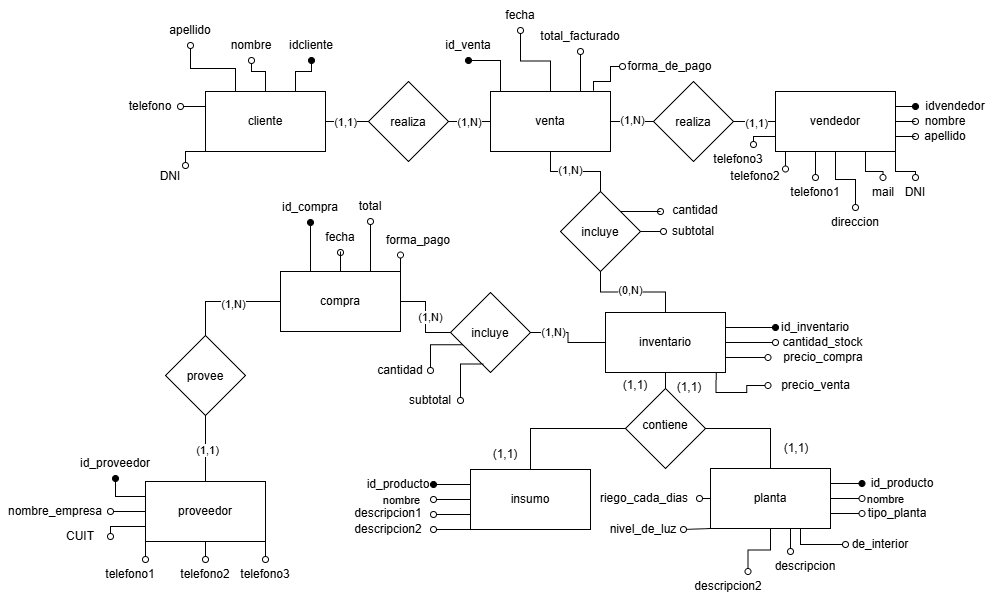
The draw.io diagram Diagramas/DER_Vivero.png in Laura-Morea/Vivero-TP, before a commit. Source tidied: cells renumbered, new cells last; positions are measured from the earlier drawing's top-left corner, leaving out a move shared by most shapes.
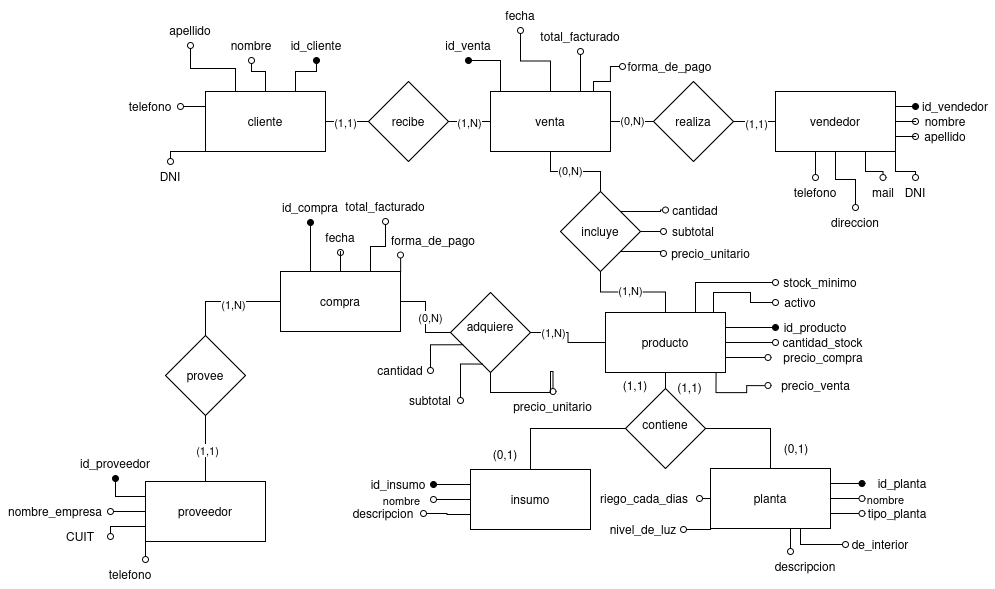
After the change.

Commit message:
Unificar informe, diagramas y scripts en un mismo modelo

Diff of the diagram source:
```diff
@@ -39,8 +39,2 @@
     </mxCell>
-    <mxCell id="13" style="edgeStyle=orthogonalEdgeStyle;rounded=0;jettySize=auto;html=1;exitX=0.5;exitY=1;exitDx=0;exitDy=0;entryX=0.5;entryY=0;entryDx=0;entryDy=0;defaultLabelBackgroundColor=page;endArrow=oval;endFill=0;" parent="1" edge="1" source="15" target="138">
-      <mxGeometry relative="1" as="geometry" />
-    </mxCell>
-    <mxCell id="14" style="edgeStyle=orthogonalEdgeStyle;rounded=0;jettySize=auto;html=1;exitX=0.75;exitY=1;exitDx=0;exitDy=0;entryX=0.5;entryY=0;entryDx=0;entryDy=0;defaultLabelBackgroundColor=page;endArrow=oval;endFill=0;" parent="1" edge="1" source="15" target="139">
-      <mxGeometry relative="1" as="geometry" />
-    </mxCell>
     <mxCell id="15" value="proveedor" style="rounded=0;whiteSpace=wrap;html=1;" parent="1" vertex="1">
@@ -60,3 +54,3 @@
     </mxCell>
-    <mxCell id="20" value="inventario" style="rounded=0;whiteSpace=wrap;html=1;" parent="1" vertex="1">
+    <mxCell id="20" value="producto" style="rounded=0;whiteSpace=wrap;html=1;" parent="1" vertex="1">
       <mxGeometry x="605" y="312" width="120" height="60" as="geometry" />
@@ -103,3 +97,3 @@
     </mxCell>
-    <mxCell id="29" value="(1,N)" style="edgeLabel;html=1;align=center;verticalAlign=middle;" parent="28" vertex="1">
+    <mxCell id="29" value="(0,N)" style="edgeLabel;html=1;align=center;verticalAlign=middle;" parent="28" vertex="1">
       <mxGeometry x="0.01" y="-2" relative="1" as="geometry" />
@@ -132,8 +126,2 @@
     </mxCell>
-    <mxCell id="37" style="edgeStyle=orthogonalEdgeStyle;rounded=0;jettySize=auto;html=1;exitX=0.25;exitY=1;exitDx=0;exitDy=0;entryX=1;entryY=0.25;entryDx=0;entryDy=0;defaultLabelBackgroundColor=page;endArrow=oval;endFill=0;" parent="1" edge="1" source="39" target="136">
-      <mxGeometry relative="1" as="geometry" />
-    </mxCell>
-    <mxCell id="38" style="edgeStyle=orthogonalEdgeStyle;rounded=0;jettySize=auto;html=1;exitX=0;exitY=0.75;exitDx=0;exitDy=0;entryX=0.75;entryY=0;entryDx=0;entryDy=0;defaultLabelBackgroundColor=page;endArrow=oval;endFill=0;" parent="1" edge="1" source="39" target="137">
-      <mxGeometry relative="1" as="geometry" />
-    </mxCell>
     <mxCell id="39" value="vendedor" style="rounded=0;whiteSpace=wrap;html=1;" parent="1" vertex="1">
@@ -158,5 +146,2 @@
     </mxCell>
-    <mxCell id="45" style="edgeStyle=orthogonalEdgeStyle;rounded=0;jettySize=auto;html=1;exitX=0;exitY=1;exitDx=0;exitDy=0;entryX=1;entryY=0.5;entryDx=0;entryDy=0;defaultLabelBackgroundColor=page;endArrow=oval;endFill=0;" parent="1" edge="1" source="46" target="132">
-      <mxGeometry relative="1" as="geometry" />
-    </mxCell>
     <mxCell id="46" value="insumo" style="rounded=0;whiteSpace=wrap;html=1;" parent="1" vertex="1">
@@ -191,5 +176,2 @@
     </mxCell>
-    <mxCell id="54" style="edgeStyle=orthogonalEdgeStyle;rounded=0;jettySize=auto;html=1;exitX=0.5;exitY=1;exitDx=0;exitDy=0;entryX=0.75;entryY=0;entryDx=0;entryDy=0;defaultLabelBackgroundColor=page;endArrow=oval;endFill=0;" parent="1" edge="1" source="57" target="133">
-      <mxGeometry relative="1" as="geometry" />
-    </mxCell>
     <mxCell id="55" style="edgeStyle=orthogonalEdgeStyle;rounded=0;jettySize=auto;html=1;exitX=0;exitY=1;exitDx=0;exitDy=0;entryX=1;entryY=0.5;entryDx=0;entryDy=0;defaultLabelBackgroundColor=page;endArrow=oval;endFill=0;" parent="1" edge="1" source="57" target="134">
@@ -207,6 +189,6 @@
     </mxCell>
-    <mxCell id="58" value="telefono1" style="text;html=1;whiteSpace=wrap;strokeColor=none;fillColor=none;align=center;verticalAlign=middle;rounded=0;rotation=0;" parent="1" vertex="1">
+    <mxCell id="58" value="telefono" style="text;html=1;whiteSpace=wrap;strokeColor=none;fillColor=none;align=center;verticalAlign=middle;rounded=0;rotation=0;" parent="1" vertex="1">
       <mxGeometry x="785" y="177" width="60" height="30" as="geometry" />
     </mxCell>
-    <mxCell id="59" value="idvendedor" style="text;html=1;whiteSpace=wrap;strokeColor=none;fillColor=none;align=center;verticalAlign=middle;rounded=0;" parent="1" vertex="1">
+    <mxCell id="59" value="id_vendedor" style="text;html=1;whiteSpace=wrap;strokeColor=none;fillColor=none;align=center;verticalAlign=middle;rounded=0;" parent="1" vertex="1">
       <mxGeometry x="915" y="91" width="80" height="30" as="geometry" />
@@ -225,4 +207,4 @@
     </mxCell>
-    <mxCell id="64" value="idcliente" style="text;html=1;whiteSpace=wrap;strokeColor=none;fillColor=none;align=center;verticalAlign=middle;rounded=0;rotation=0;" parent="1" vertex="1">
-      <mxGeometry x="281" y="30" width="60" height="30" as="geometry" />
+    <mxCell id="64" value="id_cliente" style="text;html=1;whiteSpace=wrap;strokeColor=none;fillColor=none;align=center;verticalAlign=middle;rounded=0;rotation=0;" parent="1" vertex="1">
+      <mxGeometry x="281" y="30" width="70" height="30" as="geometry" />
     </mxCell>
@@ -249,3 +231,3 @@
     </mxCell>
-    <mxCell id="72" value="(1,N)" style="edgeLabel;html=1;align=center;verticalAlign=middle;" parent="71" vertex="1">
+    <mxCell id="72" value="(0,N)" style="edgeLabel;html=1;align=center;verticalAlign=middle;" parent="71" vertex="1">
       <mxGeometry y="4" relative="1" as="geometry" />
@@ -277,3 +259,3 @@
     </mxCell>
-    <mxCell id="80" value="incluye" style="rhombus;whiteSpace=wrap;html=1;shapeInside=1;" parent="1" vertex="1">
+    <mxCell id="80" value="adquiere" style="rhombus;whiteSpace=wrap;html=1;shapeInside=1;" parent="1" vertex="1">
       <mxGeometry x="450" y="292" width="80" height="80" as="geometry" />
@@ -286,9 +268,7 @@
     </mxCell>
-    <mxCell id="83" value="id_inventario" style="text;html=1;whiteSpace=wrap;strokeColor=none;fillColor=none;align=center;verticalAlign=middle;rounded=0;" parent="1" vertex="1">
+    <mxCell id="83" value="id_producto" style="text;html=1;whiteSpace=wrap;strokeColor=none;fillColor=none;align=center;verticalAlign=middle;rounded=0;" parent="1" vertex="1">
       <mxGeometry x="775" y="312" width="80" height="30" as="geometry" />
     </mxCell>
-    <mxCell id="84" style="edgeStyle=orthogonalEdgeStyle;rounded=0;jettySize=auto;html=1;exitX=1;exitY=0;exitDx=0;exitDy=0;endArrow=oval;endFill=0;" parent="1" edge="1" source="88">
-      <mxGeometry relative="1" as="geometry">
-        <mxPoint x="660" y="211" as="targetPoint" />
-      </mxGeometry>
+    <mxCell id="84" style="edgeStyle=orthogonalEdgeStyle;rounded=0;jettySize=auto;html=1;exitX=1;exitY=0;exitDx=0;exitDy=0;endArrow=oval;endFill=0;" parent="1" edge="1" source="88" target="94">
+      <mxGeometry relative="1" as="geometry" />
     </mxCell>
@@ -300,3 +280,3 @@
     </mxCell>
-    <mxCell id="87" value="(0,N)" style="edgeLabel;html=1;align=center;verticalAlign=middle;inheritText=1;defaultLabelBackgroundColor=page;" parent="86" vertex="1">
+    <mxCell id="87" value="(1,N)" style="edgeLabel;html=1;align=center;verticalAlign=middle;inheritText=1;defaultLabelBackgroundColor=page;" parent="86" vertex="1">
       <mxGeometry x="-0.06" y="2" relative="1" as="geometry" />
@@ -315,6 +295,6 @@
     </mxCell>
-    <mxCell id="92" value="id_producto" style="text;html=1;whiteSpace=wrap;strokeColor=none;fillColor=none;align=center;verticalAlign=middle;rounded=0;" parent="1" vertex="1">
+    <mxCell id="92" value="id_insumo" style="text;html=1;whiteSpace=wrap;strokeColor=none;fillColor=none;align=center;verticalAlign=middle;rounded=0;" parent="1" vertex="1">
       <mxGeometry x="363" y="469" width="70" height="30" as="geometry" />
     </mxCell>
-    <mxCell id="93" value="id_producto" style="text;html=1;whiteSpace=wrap;strokeColor=none;fillColor=none;align=center;verticalAlign=middle;rounded=0;" parent="1" vertex="1">
+    <mxCell id="93" value="id_planta" style="text;html=1;whiteSpace=wrap;strokeColor=none;fillColor=none;align=center;verticalAlign=middle;rounded=0;" parent="1" vertex="1">
       <mxGeometry x="861.5" y="468" width="80" height="30" as="geometry" />
@@ -327,3 +307,3 @@
     </mxCell>
-    <mxCell id="96" value="(1,N)" style="edgeLabel;html=1;align=center;verticalAlign=middle;" parent="95" vertex="1">
+    <mxCell id="96" value="(0,N)" style="edgeLabel;html=1;align=center;verticalAlign=middle;" parent="95" vertex="1">
       <mxGeometry x="0.14" y="-2" relative="1" as="geometry" />
@@ -339,3 +319,3 @@
     </mxCell>
-    <mxCell id="100" value="realiza" style="rhombus;whiteSpace=wrap;html=1;shapeInside=1;" parent="1" vertex="1">
+    <mxCell id="100" value="recibe" style="rhombus;whiteSpace=wrap;html=1;shapeInside=1;" parent="1" vertex="1">
       <mxGeometry x="368" y="81" width="80" height="80" as="geometry" />
@@ -345,5 +325,2 @@
     </mxCell>
-    <mxCell id="102" value="1" style="edgeLabel;html=1;align=center;verticalAlign=middle;" parent="101" vertex="1">
-      <mxGeometry x="-0.29" y="1" relative="1" as="geometry" />
-    </mxCell>
     <mxCell id="103" value="(1,1)" style="edgeLabel;html=1;align=center;verticalAlign=middle;" parent="101" vertex="1">
@@ -384,7 +361,7 @@
     </mxCell>
-    <mxCell id="113" value="total" style="text;html=1;whiteSpace=wrap;strokeColor=none;fillColor=none;align=center;verticalAlign=middle;rounded=0;" parent="1" vertex="1">
-      <mxGeometry x="340" y="191" width="60" height="30" as="geometry" />
+    <mxCell id="113" value="total_facturado" style="text;html=1;whiteSpace=wrap;strokeColor=none;fillColor=none;align=center;verticalAlign=middle;rounded=0;" parent="1" vertex="1">
+      <mxGeometry x="340" y="191" width="90" height="30" as="geometry" />
     </mxCell>
-    <mxCell id="114" value="forma_pago" style="text;html=1;whiteSpace=wrap;strokeColor=none;fillColor=none;align=center;verticalAlign=middle;rounded=0;" parent="1" vertex="1">
-      <mxGeometry x="388" y="224.5" width="60" height="30" as="geometry" />
+    <mxCell id="114" value="forma_de_pago" style="text;html=1;whiteSpace=wrap;strokeColor=none;fillColor=none;align=center;verticalAlign=middle;rounded=0;" parent="1" vertex="1">
+      <mxGeometry x="388" y="224.5" width="90" height="30" as="geometry" />
     </mxCell>
@@ -403,3 +380,3 @@
     </mxCell>
-    <mxCell id="118" value="telefono1" style="text;html=1;whiteSpace=wrap;strokeColor=none;fillColor=none;align=center;verticalAlign=middle;rounded=0;" parent="1" vertex="1">
+    <mxCell id="118" value="telefono" style="text;html=1;whiteSpace=wrap;strokeColor=none;fillColor=none;align=center;verticalAlign=middle;rounded=0;" parent="1" vertex="1">
       <mxGeometry x="100" y="559" width="60" height="30" as="geometry" />
@@ -424,6 +401,4 @@
     </mxCell>
-    <mxCell id="125" style="edgeStyle=orthogonalEdgeStyle;rounded=0;orthogonalLoop=1;jettySize=auto;html=1;exitX=0.25;exitY=1;exitDx=0;exitDy=0;endArrow=oval;endFill=0;" parent="1" edge="1">
+    <mxCell id="125" style="edgeStyle=orthogonalEdgeStyle;rounded=0;jettySize=auto;html=1;exitX=0.25;exitY=1;exitDx=0;exitDy=0;endArrow=oval;endFill=0;" parent="1" edge="1" source="8" target="124">
       <mxGeometry relative="1" as="geometry">
-        <mxPoint x="205" y="141" as="sourcePoint" />
-        <mxPoint x="185" y="165" as="targetPoint" />
         <Array as="points">
@@ -440,10 +415,10 @@
     </mxCell>
-    <mxCell id="128" value="(1,1)" style="text;html=1;whiteSpace=wrap;strokeColor=none;fillColor=none;align=center;verticalAlign=middle;rounded=0;" parent="1" vertex="1">
+    <mxCell id="128" value="(0,1)" style="text;html=1;whiteSpace=wrap;strokeColor=none;fillColor=none;align=center;verticalAlign=middle;rounded=0;" parent="1" vertex="1">
       <mxGeometry x="475" y="439" width="60" height="30" as="geometry" />
     </mxCell>
-    <mxCell id="129" value="(1,1)" style="text;html=1;whiteSpace=wrap;strokeColor=none;fillColor=none;align=center;verticalAlign=middle;rounded=0;" parent="1" vertex="1">
+    <mxCell id="129" value="(0,1)" style="text;html=1;whiteSpace=wrap;strokeColor=none;fillColor=none;align=center;verticalAlign=middle;rounded=0;" parent="1" vertex="1">
       <mxGeometry x="766" y="433" width="60" height="30" as="geometry" />
     </mxCell>
-    <mxCell id="130" value="descripcion1" style="text;html=1;whiteSpace=wrap;strokeColor=none;fillColor=none;align=center;verticalAlign=middle;rounded=0;" parent="1" vertex="1">
-      <mxGeometry x="343" y="498" width="90" height="30" as="geometry" />
+    <mxCell id="130" value="descripcion" style="text;html=1;whiteSpace=wrap;strokeColor=none;fillColor=none;align=center;verticalAlign=middle;rounded=0;" parent="1" vertex="1">
+      <mxGeometry x="343" y="498" width="80" height="30" as="geometry" />
     </mxCell>
@@ -452,8 +427,2 @@
     </mxCell>
-    <mxCell id="132" value="descripcion2" style="text;html=1;whiteSpace=wrap;strokeColor=none;fillColor=none;align=center;verticalAlign=middle;rounded=0;" parent="1" vertex="1">
-      <mxGeometry x="343" y="514" width="90" height="30" as="geometry" />
-    </mxCell>
-    <mxCell id="133" value="descripcion2" style="text;html=1;whiteSpace=wrap;strokeColor=none;fillColor=none;align=center;verticalAlign=middle;rounded=0;" parent="1" vertex="1">
-      <mxGeometry x="687.5" y="571" width="80" height="30" as="geometry" />
-    </mxCell>
     <mxCell id="134" value="nivel_de_luz" style="text;html=1;whiteSpace=wrap;strokeColor=none;fillColor=none;align=center;verticalAlign=middle;rounded=0;" parent="1" vertex="1">
@@ -464,14 +433,26 @@
     </mxCell>
-    <mxCell id="136" value="telefono2" style="text;html=1;whiteSpace=wrap;strokeColor=none;fillColor=none;align=center;verticalAlign=middle;rounded=0;" parent="1" vertex="1">
-      <mxGeometry x="725" y="161" width="60" height="30" as="geometry" />
-    </mxCell>
-    <mxCell id="137" value="telefono3" style="text;html=1;whiteSpace=wrap;strokeColor=none;fillColor=none;align=center;verticalAlign=middle;rounded=0;" parent="1" vertex="1">
-      <mxGeometry x="708" y="144" width="60" height="30" as="geometry" />
-    </mxCell>
-    <mxCell id="138" value="telefono2" style="text;html=1;whiteSpace=wrap;strokeColor=none;fillColor=none;align=center;verticalAlign=middle;rounded=0;" parent="1" vertex="1">
-      <mxGeometry x="175" y="559" width="60" height="30" as="geometry" />
-    </mxCell>
-    <mxCell id="139" value="telefono3" style="text;html=1;whiteSpace=wrap;strokeColor=none;fillColor=none;align=center;verticalAlign=middle;rounded=0;" parent="1" vertex="1">
-      <mxGeometry x="235" y="559" width="60" height="30" as="geometry" />
-    </mxCell>
+    <mxCell id="140" value="stock_minimo" style="text;html=1;whiteSpace=wrap;strokeColor=none;fillColor=none;align=center;verticalAlign=middle;rounded=0;" parent="1" vertex="1">
+      <mxGeometry x="775" y="267" width="90" height="30" as="geometry" />
+    </mxCell>
+    <mxCell id="141" style="edgeStyle=orthogonalEdgeStyle;rounded=0;jettySize=auto;html=1;endArrow=oval;endFill=0;exitX=0.75;exitY=0;exitDx=0;exitDy=0;entryX=0;entryY=0.5;entryDx=0;entryDy=0;" parent="1" edge="1" source="20" target="140">
+      <mxGeometry relative="1" as="geometry" />
+    </mxCell>
+    <mxCell id="142" value="activo" style="text;html=1;whiteSpace=wrap;strokeColor=none;fillColor=none;align=center;verticalAlign=middle;rounded=0;" parent="1" vertex="1">
+      <mxGeometry x="775" y="287" width="50" height="30" as="geometry" />
+    </mxCell>
+    <mxCell id="143" style="edgeStyle=orthogonalEdgeStyle;rounded=0;jettySize=auto;html=1;endArrow=oval;endFill=0;exitX=0.9;exitY=0;exitDx=0;exitDy=0;entryX=0;entryY=0.5;entryDx=0;entryDy=0;" parent="1" edge="1" source="20" target="142">
+      <mxGeometry relative="1" as="geometry" />
+    </mxCell>
+    <mxCell id="144" value="precio_unitario" style="text;html=1;whiteSpace=wrap;strokeColor=none;fillColor=none;align=center;verticalAlign=middle;rounded=0;" parent="1" vertex="1">
+      <mxGeometry x="663" y="238" width="95" height="30" as="geometry" />
+    </mxCell>
+    <mxCell id="145" style="edgeStyle=orthogonalEdgeStyle;rounded=0;jettySize=auto;html=1;endArrow=oval;endFill=0;exitX=0.75;exitY=0.75;exitDx=0;exitDy=0;entryX=0;entryY=0.5;entryDx=0;entryDy=0;" parent="1" edge="1" source="88" target="144">
+      <mxGeometry relative="1" as="geometry" />
+    </mxCell>
+    <mxCell id="146" value="precio_unitario" style="text;html=1;whiteSpace=wrap;strokeColor=none;fillColor=none;align=center;verticalAlign=middle;rounded=0;" parent="1" vertex="1">
+      <mxGeometry x="505" y="391" width="95" height="30" as="geometry" />
+    </mxCell>
+    <mxCell id="147" style="edgeStyle=orthogonalEdgeStyle;rounded=0;jettySize=auto;html=1;endArrow=oval;endFill=0;exitX=0.5;exitY=1;exitDx=0;exitDy=0;entryX=0.5;entryY=0;entryDx=0;entryDy=0;" parent="1" edge="1" source="80" target="146">
+      <mxGeometry relative="1" as="geometry" />
+    </mxCell>
   </root>
```
